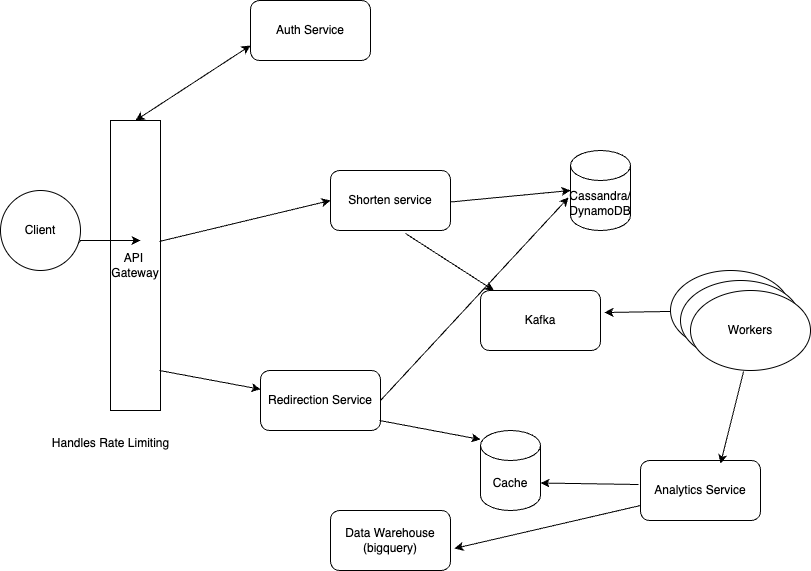
Earlier version of the draw.io export url_shortener_sd.drawio.png (shauryashahi/shauryashahi). Source tidied: cells renumbered, new cells last; positions are measured from the earlier drawing's top-left corner, leaving out a move shared by most shapes.
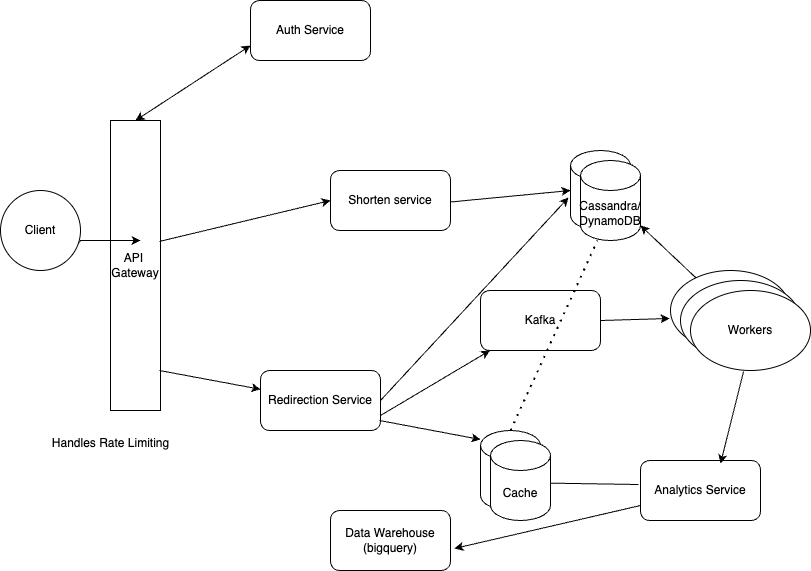
The same diagram one commit later.

Diff of the diagram source:
```diff
@@ -36,10 +36,10 @@
     <mxCell id="10" value="Cache" style="shape=cylinder3;whiteSpace=wrap;html=1;boundedLbl=1;backgroundOutline=1;size=15;" parent="1" vertex="1">
       <mxGeometry x="480" y="430" width="60" height="80" as="geometry" />
     </mxCell>
-    <mxCell id="11" value="Cassandra/&lt;div&gt;DynamoDB&lt;/div&gt;" style="shape=cylinder3;whiteSpace=wrap;html=1;boundedLbl=1;backgroundOutline=1;size=15;" parent="1" vertex="1">
+    <mxCell id="11" style="shape=cylinder3;whiteSpace=wrap;html=1;boundedLbl=1;backgroundOutline=1;size=15;" parent="1" vertex="1">
       <mxGeometry x="570" y="150" width="60" height="80" as="geometry" />
     </mxCell>
-    <mxCell id="12" style="endArrow=classic;html=1;rounded=0;exitX=0.625;exitY=1.05;exitDx=0;exitDy=0;exitPerimeter=0;" parent="1" edge="1" source="7" target="13">
+    <mxCell id="12" style="endArrow=classic;html=1;rounded=0;exitX=1;exitY=0.75;exitDx=0;exitDy=0;" parent="1" edge="1" source="6" target="13">
       <mxGeometry relative="1" as="geometry" />
     </mxCell>
     <mxCell id="13" value="Kafka" style="rounded=1;whiteSpace=wrap;html=1;" parent="1" vertex="1">
@@ -54,9 +54,6 @@
     <mxCell id="16" value="Workers" style="ellipse;whiteSpace=wrap;html=1;" parent="1" vertex="1">
       <mxGeometry x="690" y="290" width="120" height="80" as="geometry" />
     </mxCell>
-    <mxCell id="17" style="endArrow=classic;html=1;rounded=0;entryX=1.033;entryY=0.367;entryDx=0;entryDy=0;entryPerimeter=0;" parent="1" edge="1" source="14" target="13">
-      <mxGeometry relative="1" as="geometry" />
-    </mxCell>
     <mxCell id="18" style="endArrow=classic;html=1;rounded=0;exitX=0.625;exitY=1.05;exitDx=0;exitDy=0;exitPerimeter=0;entryX=0;entryY=0.5;entryDx=0;entryDy=0;entryPerimeter=0;" parent="1" edge="1" target="11">
       <mxGeometry relative="1" as="geometry">
         <mxPoint x="450" y="201.5" as="sourcePoint" />
@@ -92,5 +89,20 @@
     <mxCell id="27" style="endArrow=classic;html=1;rounded=0;entryX=-0.033;entryY=0.588;entryDx=0;entryDy=0;exitX=1;exitY=0.5;exitDx=0;exitDy=0;entryPerimeter=0;" parent="1" edge="1" source="6" target="11">
       <mxGeometry relative="1" as="geometry" />
     </mxCell>
+    <mxCell id="28" value="Cache" style="shape=cylinder3;whiteSpace=wrap;html=1;boundedLbl=1;backgroundOutline=1;size=15;" parent="1" vertex="1">
+      <mxGeometry x="490" y="440" width="60" height="80" as="geometry" />
+    </mxCell>
+    <mxCell id="29" value="Cassandra/&lt;div&gt;DynamoDB&lt;/div&gt;" style="shape=cylinder3;whiteSpace=wrap;html=1;boundedLbl=1;backgroundOutline=1;size=15;" parent="1" vertex="1">
+      <mxGeometry x="580" y="160" width="60" height="80" as="geometry" />
+    </mxCell>
+    <mxCell id="30" style="endArrow=classic;html=1;rounded=0;exitX=1;exitY=0.5;exitDx=0;exitDy=0;entryX=-0.008;entryY=0.6;entryDx=0;entryDy=0;entryPerimeter=0;" parent="1" edge="1" source="13" target="14">
+      <mxGeometry relative="1" as="geometry" />
+    </mxCell>
+    <mxCell id="31" style="endArrow=classic;html=1;rounded=0;entryX=1;entryY=1;entryDx=0;entryDy=-15;entryPerimeter=0;" parent="1" edge="1" source="14" target="29">
+      <mxGeometry relative="1" as="geometry" />
+    </mxCell>
+    <mxCell id="32" style="endArrow=none;dashed=1;html=1;dashPattern=1 3;strokeWidth=2;rounded=0;exitX=0.5;exitY=0;exitDx=0;exitDy=0;exitPerimeter=0;entryX=0.283;entryY=1;entryDx=0;entryDy=0;entryPerimeter=0;" parent="1" edge="1" source="10" target="29">
+      <mxGeometry relative="1" as="geometry" />
+    </mxCell>
   </root>
 </mxGraphModel>
```
